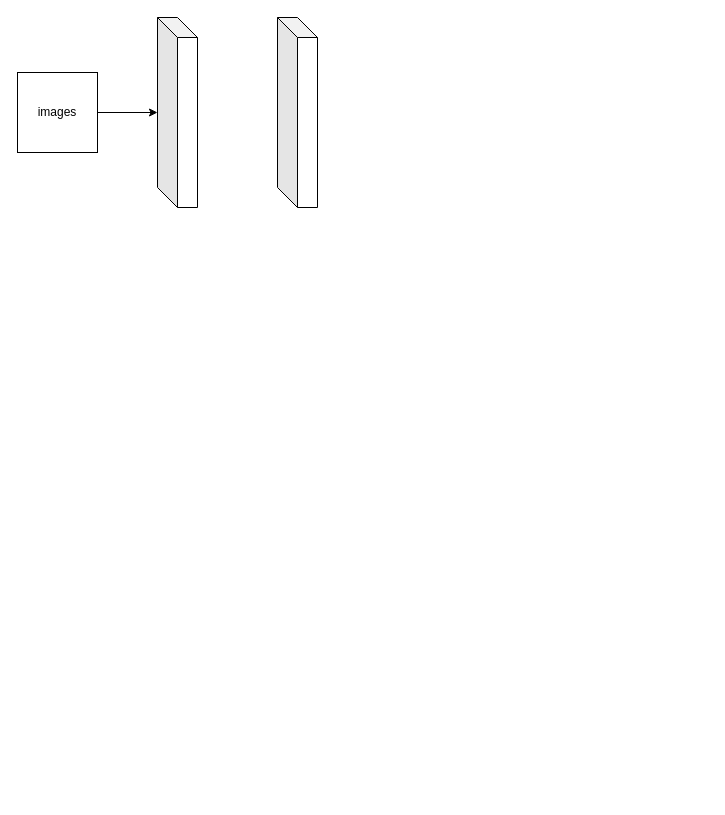
Earlier version of the draw.io diagram CNN.drawio (x-junkang/images). Source tidied: cells renumbered, new cells numbered last; positions are measured from the earlier drawing's top-left corner, leaving out a move shared by most shapes. Both pictures are drawn from the tidied source at 100%, with x=0, y=0 at pixel (17, 17).
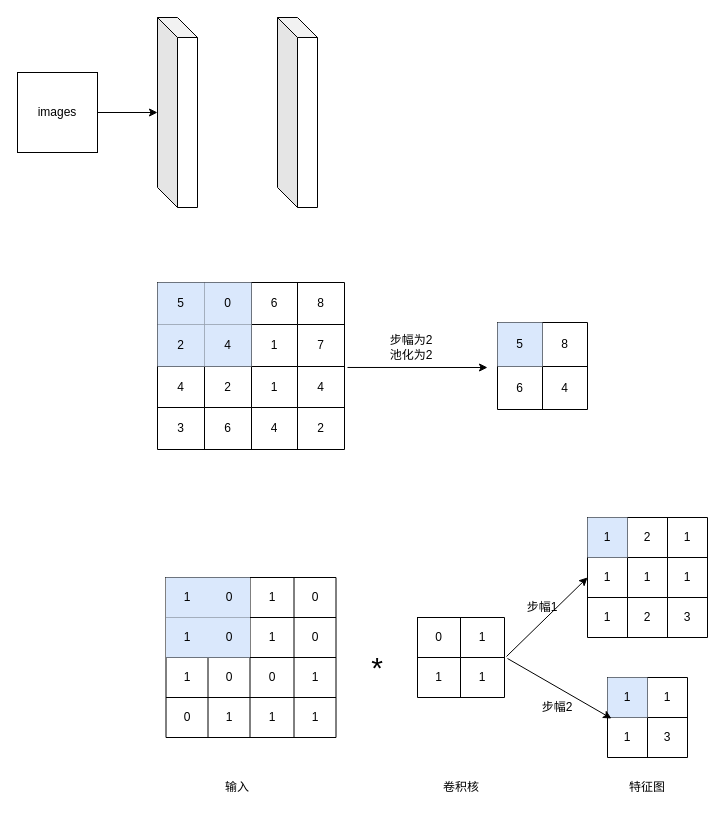
After the change.

The edit, as a diff of the source:
```diff
@@
+    <mxCell id="6" style="shape=table;html=1;whiteSpace=wrap;startSize=0;childLayout=tableLayout;" parent="1" vertex="1">
+      <mxGeometry x="140" y="265" width="187" height="167" as="geometry" />
+    </mxCell>
+    <mxCell id="7" style="shape=partialRectangle;html=1;whiteSpace=wrap;fillColor=none;top=0;left=0;bottom=0;right=0;" parent="6" vertex="1">
+      <mxGeometry width="187" height="42" as="geometry" />
+    </mxCell>
+    <mxCell id="8" value="5" style="shape=partialRectangle;html=1;whiteSpace=wrap;fillColor=#dae8fc;top=0;left=0;bottom=0;right=0;overflow=hidden;strokeColor=#6c8ebf;" parent="7" vertex="1">
+      <mxGeometry width="47" height="42" as="geometry" />
+    </mxCell>
+    <mxCell id="9" value="0" style="shape=partialRectangle;html=1;whiteSpace=wrap;fillColor=#dae8fc;top=0;left=0;bottom=0;right=0;overflow=hidden;strokeColor=#6c8ebf;" parent="7" vertex="1">
+      <mxGeometry x="47" width="47" height="42" as="geometry" />
+    </mxCell>
+    <mxCell id="10" value="6" style="shape=partialRectangle;html=1;whiteSpace=wrap;fillColor=none;top=0;left=0;bottom=0;right=0;overflow=hidden;" parent="7" vertex="1">
+      <mxGeometry x="94" width="46" height="42" as="geometry" />
+    </mxCell>
+    <mxCell id="11" value="8" style="shape=partialRectangle;html=1;whiteSpace=wrap;fillColor=none;top=0;left=0;bottom=0;right=0;overflow=hidden;" parent="7" vertex="1">
+      <mxGeometry x="140" width="47" height="42" as="geometry" />
+    </mxCell>
+    <mxCell id="12" style="shape=partialRectangle;html=1;whiteSpace=wrap;fillColor=none;top=0;left=0;bottom=0;right=0;" parent="6" vertex="1">
+      <mxGeometry y="42" width="187" height="42" as="geometry" />
+    </mxCell>
+    <mxCell id="13" value="2" style="shape=partialRectangle;html=1;whiteSpace=wrap;fillColor=#dae8fc;top=0;left=0;bottom=0;right=0;overflow=hidden;strokeColor=#6c8ebf;" parent="12" vertex="1">
+      <mxGeometry width="47" height="42" as="geometry" />
+    </mxCell>
+    <mxCell id="14" value="4" style="shape=partialRectangle;html=1;whiteSpace=wrap;fillColor=#dae8fc;top=0;left=0;bottom=0;right=0;overflow=hidden;strokeColor=#6c8ebf;" parent="12" vertex="1">
+      <mxGeometry x="47" width="47" height="42" as="geometry" />
+    </mxCell>
+    <mxCell id="15" value="1" style="shape=partialRectangle;html=1;whiteSpace=wrap;fillColor=none;top=0;left=0;bottom=0;right=0;overflow=hidden;" parent="12" vertex="1">
+      <mxGeometry x="94" width="46" height="42" as="geometry" />
+    </mxCell>
+    <mxCell id="16" value="7" style="shape=partialRectangle;html=1;whiteSpace=wrap;fillColor=none;top=0;left=0;bottom=0;right=0;overflow=hidden;" parent="12" vertex="1">
+      <mxGeometry x="140" width="47" height="42" as="geometry" />
+    </mxCell>
+    <mxCell id="17" style="shape=partialRectangle;html=1;whiteSpace=wrap;fillColor=none;top=0;left=0;bottom=0;right=0;points=[[0,0.5],[1,0.5]];portConstraint=eastwest;" parent="6" vertex="1">
+      <mxGeometry y="84" width="187" height="41" as="geometry" />
+    </mxCell>
+    <mxCell id="18" value="4" style="shape=partialRectangle;html=1;whiteSpace=wrap;fillColor=none;top=0;left=0;bottom=0;right=0;overflow=hidden;" parent="17" vertex="1">
+      <mxGeometry width="47" height="41" as="geometry" />
+    </mxCell>
+    <mxCell id="19" value="2" style="shape=partialRectangle;html=1;whiteSpace=wrap;fillColor=none;top=0;left=0;bottom=0;right=0;overflow=hidden;" parent="17" vertex="1">
+      <mxGeometry x="47" width="47" height="41" as="geometry" />
+    </mxCell>
+    <mxCell id="20" value="1" style="shape=partialRectangle;html=1;whiteSpace=wrap;fillColor=none;top=0;left=0;bottom=0;right=0;overflow=hidden;" parent="17" vertex="1">
+      <mxGeometry x="94" width="46" height="41" as="geometry" />
+    </mxCell>
+    <mxCell id="21" value="4" style="shape=partialRectangle;html=1;whiteSpace=wrap;fillColor=none;top=0;left=0;bottom=0;right=0;overflow=hidden;" parent="17" vertex="1">
+      <mxGeometry x="140" width="47" height="41" as="geometry" />
+    </mxCell>
+    <mxCell id="22" style="shape=partialRectangle;html=1;whiteSpace=wrap;fillColor=none;top=0;left=0;bottom=0;right=0;" parent="6" vertex="1">
+      <mxGeometry y="125" width="187" height="42" as="geometry" />
+    </mxCell>
+    <mxCell id="23" value="3" style="shape=partialRectangle;html=1;whiteSpace=wrap;fillColor=none;top=0;left=0;bottom=0;right=0;overflow=hidden;" parent="22" vertex="1">
+      <mxGeometry width="47" height="42" as="geometry" />
+    </mxCell>
+    <mxCell id="24" value="6" style="shape=partialRectangle;html=1;whiteSpace=wrap;fillColor=none;top=0;left=0;bottom=0;right=0;overflow=hidden;" parent="22" vertex="1">
+      <mxGeometry x="47" width="47" height="42" as="geometry" />
+    </mxCell>
+    <mxCell id="25" value="4" style="shape=partialRectangle;html=1;whiteSpace=wrap;fillColor=none;top=0;left=0;bottom=0;right=0;overflow=hidden;" parent="22" vertex="1">
+      <mxGeometry x="94" width="46" height="42" as="geometry" />
+    </mxCell>
+    <mxCell id="26" value="2" style="shape=partialRectangle;html=1;whiteSpace=wrap;fillColor=none;top=0;left=0;bottom=0;right=0;overflow=hidden;" parent="22" vertex="1">
+      <mxGeometry x="140" width="47" height="42" as="geometry" />
+    </mxCell>
+    <mxCell id="27" style="endArrow=classic;html=1;exitX=1.016;exitY=0.024;exitDx=0;exitDy=0;exitPerimeter=0;" parent="1" edge="1" source="17">
+      <mxGeometry relative="1" as="geometry">
+        <mxPoint x="470" y="350" as="targetPoint" />
+      </mxGeometry>
+    </mxCell>
+    <mxCell id="28" style="shape=table;html=1;whiteSpace=wrap;startSize=0;childLayout=tableLayout;" parent="1" vertex="1">
+      <mxGeometry x="480" y="305" width="90" height="87" as="geometry" />
+    </mxCell>
+    <mxCell id="29" style="shape=partialRectangle;html=1;whiteSpace=wrap;fillColor=none;top=0;left=0;bottom=0;right=0;" parent="28" vertex="1">
+      <mxGeometry width="90" height="44" as="geometry" />
+    </mxCell>
+    <mxCell id="30" value="5" style="shape=partialRectangle;html=1;whiteSpace=wrap;fillColor=#dae8fc;top=0;left=0;bottom=0;right=0;overflow=hidden;strokeColor=#6c8ebf;" parent="29" vertex="1">
+      <mxGeometry width="45" height="44" as="geometry" />
+    </mxCell>
+    <mxCell id="31" value="8" style="shape=partialRectangle;html=1;whiteSpace=wrap;fillColor=none;top=0;left=0;bottom=0;right=0;overflow=hidden;" parent="29" vertex="1">
+      <mxGeometry x="45" width="45" height="44" as="geometry" />
+    </mxCell>
+    <mxCell id="32" style="shape=partialRectangle;html=1;whiteSpace=wrap;fillColor=none;top=0;left=0;bottom=0;right=0;" parent="28" vertex="1">
+      <mxGeometry y="44" width="90" height="43" as="geometry" />
+    </mxCell>
+    <mxCell id="33" value="6" style="shape=partialRectangle;html=1;whiteSpace=wrap;fillColor=none;top=0;left=0;bottom=0;right=0;overflow=hidden;" parent="32" vertex="1">
+      <mxGeometry width="45" height="43" as="geometry" />
+    </mxCell>
+    <mxCell id="34" value="4" style="shape=partialRectangle;html=1;whiteSpace=wrap;fillColor=none;top=0;left=0;bottom=0;right=0;overflow=hidden;" parent="32" vertex="1">
+      <mxGeometry x="45" width="45" height="43" as="geometry" />
+    </mxCell>
+    <mxCell id="35" value="步幅为2&lt;br&gt;池化为2" style="text;html=1;strokeColor=none;fillColor=none;align=center;verticalAlign=middle;whiteSpace=wrap;rounded=0;" parent="1" vertex="1">
+      <mxGeometry x="362" y="320" width="64" height="20" as="geometry" />
+    </mxCell>
+    <mxCell id="36" style="shape=table;html=1;whiteSpace=wrap;startSize=0;childLayout=tableLayout;" parent="1" vertex="1">
+      <mxGeometry x="148.5" y="560" width="170" height="160" as="geometry" />
+    </mxCell>
+    <mxCell id="37" style="shape=partialRectangle;html=1;whiteSpace=wrap;fillColor=none;top=0;left=0;bottom=0;right=0;" parent="36" vertex="1">
+      <mxGeometry width="170" height="40" as="geometry" />
+    </mxCell>
+    <mxCell id="38" value="1" style="shape=partialRectangle;html=1;whiteSpace=wrap;fillColor=#dae8fc;top=0;left=0;bottom=0;right=0;overflow=hidden;strokeColor=#6c8ebf;" parent="37" vertex="1">
+      <mxGeometry width="42" height="40" as="geometry" />
+    </mxCell>
+    <mxCell id="39" value="0" style="shape=partialRectangle;html=1;whiteSpace=wrap;fillColor=#dae8fc;top=0;left=0;bottom=0;right=0;overflow=hidden;strokeColor=#6c8ebf;" parent="37" vertex="1">
+      <mxGeometry x="42" width="42" height="40" as="geometry" />
+    </mxCell>
+    <mxCell id="40" value="1" style="shape=partialRectangle;html=1;whiteSpace=wrap;fillColor=none;top=0;left=0;bottom=0;right=0;overflow=hidden;" parent="37" vertex="1">
+      <mxGeometry x="84" width="44" height="40" as="geometry" />
+    </mxCell>
+    <mxCell id="41" value="0" style="shape=partialRectangle;html=1;whiteSpace=wrap;fillColor=none;top=0;left=0;bottom=0;right=0;overflow=hidden;" parent="37" vertex="1">
+      <mxGeometry x="128" width="42" height="40" as="geometry" />
+    </mxCell>
+    <mxCell id="42" style="shape=partialRectangle;html=1;whiteSpace=wrap;fillColor=none;top=0;left=0;bottom=0;right=0;" parent="36" vertex="1">
+      <mxGeometry y="40" width="170" height="40" as="geometry" />
+    </mxCell>
+    <mxCell id="43" value="1" style="shape=partialRectangle;html=1;whiteSpace=wrap;fillColor=#dae8fc;top=0;left=0;bottom=0;right=0;overflow=hidden;strokeColor=#6c8ebf;" parent="42" vertex="1">
+      <mxGeometry width="42" height="40" as="geometry" />
+    </mxCell>
+    <mxCell id="44" value="0" style="shape=partialRectangle;html=1;whiteSpace=wrap;fillColor=#dae8fc;top=0;left=0;bottom=0;right=0;overflow=hidden;strokeColor=#6c8ebf;" parent="42" vertex="1">
+      <mxGeometry x="42" width="42" height="40" as="geometry" />
+    </mxCell>
+    <mxCell id="45" value="1" style="shape=partialRectangle;html=1;whiteSpace=wrap;fillColor=none;top=0;left=0;bottom=0;right=0;overflow=hidden;" parent="42" vertex="1">
+      <mxGeometry x="84" width="44" height="40" as="geometry" />
+    </mxCell>
+    <mxCell id="46" value="0" style="shape=partialRectangle;html=1;whiteSpace=wrap;fillColor=none;top=0;left=0;bottom=0;right=0;overflow=hidden;" parent="42" vertex="1">
+      <mxGeometry x="128" width="42" height="40" as="geometry" />
+    </mxCell>
+    <mxCell id="47" style="shape=partialRectangle;html=1;whiteSpace=wrap;fillColor=none;top=0;left=0;bottom=0;right=0;" parent="36" vertex="1">
+      <mxGeometry y="80" width="170" height="40" as="geometry" />
+    </mxCell>
+    <mxCell id="48" value="1" style="shape=partialRectangle;html=1;whiteSpace=wrap;fillColor=none;top=0;left=0;bottom=0;right=0;overflow=hidden;" parent="47" vertex="1">
+      <mxGeometry width="42" height="40" as="geometry" />
+    </mxCell>
+    <mxCell id="49" value="0" style="shape=partialRectangle;html=1;whiteSpace=wrap;fillColor=none;top=0;left=0;bottom=0;right=0;overflow=hidden;" parent="47" vertex="1">
+      <mxGeometry x="42" width="42" height="40" as="geometry" />
+    </mxCell>
+    <mxCell id="50" value="0" style="shape=partialRectangle;html=1;whiteSpace=wrap;fillColor=none;top=0;left=0;bottom=0;right=0;overflow=hidden;" parent="47" vertex="1">
+      <mxGeometry x="84" width="44" height="40" as="geometry" />
+    </mxCell>
+    <mxCell id="51" value="1" style="shape=partialRectangle;html=1;whiteSpace=wrap;fillColor=none;top=0;left=0;bottom=0;right=0;overflow=hidden;" parent="47" vertex="1">
+      <mxGeometry x="128" width="42" height="40" as="geometry" />
+    </mxCell>
+    <mxCell id="52" style="shape=partialRectangle;html=1;whiteSpace=wrap;fillColor=none;top=0;left=0;bottom=0;right=0;" parent="36" vertex="1">
+      <mxGeometry y="120" width="170" height="40" as="geometry" />
+    </mxCell>
+    <mxCell id="53" value="0" style="shape=partialRectangle;html=1;whiteSpace=wrap;fillColor=none;top=0;left=0;bottom=0;right=0;overflow=hidden;" parent="52" vertex="1">
+      <mxGeometry width="42" height="40" as="geometry" />
+    </mxCell>
+    <mxCell id="54" value="1" style="shape=partialRectangle;html=1;whiteSpace=wrap;fillColor=none;top=0;left=0;bottom=0;right=0;overflow=hidden;" parent="52" vertex="1">
+      <mxGeometry x="42" width="42" height="40" as="geometry" />
+    </mxCell>
+    <mxCell id="55" value="1" style="shape=partialRectangle;html=1;whiteSpace=wrap;fillColor=none;top=0;left=0;bottom=0;right=0;overflow=hidden;" parent="52" vertex="1">
+      <mxGeometry x="84" width="44" height="40" as="geometry" />
+    </mxCell>
+    <mxCell id="56" value="1" style="shape=partialRectangle;html=1;whiteSpace=wrap;fillColor=none;top=0;left=0;bottom=0;right=0;overflow=hidden;" parent="52" vertex="1">
+      <mxGeometry x="128" width="42" height="40" as="geometry" />
+    </mxCell>
+    <mxCell id="57" style="shape=table;html=1;whiteSpace=wrap;startSize=0;childLayout=tableLayout;" parent="1" vertex="1">
+      <mxGeometry x="400" y="600" width="87" height="80" as="geometry" />
+    </mxCell>
+    <mxCell id="58" style="shape=partialRectangle;html=1;whiteSpace=wrap;fillColor=none;top=0;left=0;bottom=0;right=0;" parent="57" vertex="1">
+      <mxGeometry width="87" height="40" as="geometry" />
+    </mxCell>
+    <mxCell id="59" value="0" style="shape=partialRectangle;html=1;whiteSpace=wrap;fillColor=none;top=0;left=0;bottom=0;right=0;overflow=hidden;" parent="58" vertex="1">
+      <mxGeometry width="43" height="40" as="geometry" />
+    </mxCell>
+    <mxCell id="60" value="1" style="shape=partialRectangle;html=1;whiteSpace=wrap;fillColor=none;top=0;left=0;bottom=0;right=0;overflow=hidden;" parent="58" vertex="1">
+      <mxGeometry x="43" width="44" height="40" as="geometry" />
+    </mxCell>
+    <mxCell id="61" style="shape=partialRectangle;html=1;whiteSpace=wrap;fillColor=none;top=0;left=0;bottom=0;right=0;points=[[0,0.5],[1,0.5]];portConstraint=eastwest;" parent="57" vertex="1">
+      <mxGeometry y="40" width="87" height="40" as="geometry" />
+    </mxCell>
+    <mxCell id="62" value="1" style="shape=partialRectangle;html=1;whiteSpace=wrap;fillColor=none;top=0;left=0;bottom=0;right=0;overflow=hidden;" parent="61" vertex="1">
+      <mxGeometry width="43" height="40" as="geometry" />
+    </mxCell>
+    <mxCell id="63" value="1" style="shape=partialRectangle;html=1;whiteSpace=wrap;fillColor=none;top=0;left=0;bottom=0;right=0;overflow=hidden;" parent="61" vertex="1">
+      <mxGeometry x="43" width="44" height="40" as="geometry" />
+    </mxCell>
+    <mxCell id="64" value="&lt;font style=&quot;font-size: 30px&quot;&gt;*&lt;/font&gt;" style="text;html=1;strokeColor=none;fillColor=none;align=center;verticalAlign=middle;whiteSpace=wrap;rounded=0;" parent="1" vertex="1">
+      <mxGeometry x="340" y="640" width="40" height="20" as="geometry" />
+    </mxCell>
+    <mxCell id="65" style="shape=table;html=1;whiteSpace=wrap;startSize=0;childLayout=tableLayout;" parent="1" vertex="1">
+      <mxGeometry x="570" y="500" width="120" height="120" as="geometry" />
+    </mxCell>
+    <mxCell id="66" style="shape=partialRectangle;html=1;whiteSpace=wrap;fillColor=none;top=0;left=0;bottom=0;right=0;" parent="65" vertex="1">
+      <mxGeometry width="120" height="40" as="geometry" />
+    </mxCell>
+    <mxCell id="67" value="1" style="shape=partialRectangle;html=1;whiteSpace=wrap;fillColor=#dae8fc;top=0;left=0;bottom=0;right=0;overflow=hidden;strokeColor=#6c8ebf;" parent="66" vertex="1">
+      <mxGeometry width="40" height="40" as="geometry" />
+    </mxCell>
+    <mxCell id="68" value="2" style="shape=partialRectangle;html=1;whiteSpace=wrap;fillColor=none;top=0;left=0;bottom=0;right=0;overflow=hidden;" parent="66" vertex="1">
+      <mxGeometry x="40" width="40" height="40" as="geometry" />
+    </mxCell>
+    <mxCell id="69" value="1" style="shape=partialRectangle;html=1;whiteSpace=wrap;fillColor=none;top=0;left=0;bottom=0;right=0;overflow=hidden;" parent="66" vertex="1">
+      <mxGeometry x="80" width="40" height="40" as="geometry" />
+    </mxCell>
+    <mxCell id="70" style="shape=partialRectangle;html=1;whiteSpace=wrap;fillColor=none;top=0;left=0;bottom=0;right=0;points=[[0,0.5],[1,0.5]];portConstraint=eastwest;" parent="65" vertex="1">
+      <mxGeometry y="40" width="120" height="40" as="geometry" />
+    </mxCell>
+    <mxCell id="71" value="1" style="shape=partialRectangle;html=1;whiteSpace=wrap;fillColor=none;top=0;left=0;bottom=0;right=0;overflow=hidden;" parent="70" vertex="1">
+      <mxGeometry width="40" height="40" as="geometry" />
+    </mxCell>
+    <mxCell id="72" value="1" style="shape=partialRectangle;html=1;whiteSpace=wrap;fillColor=none;top=0;left=0;bottom=0;right=0;overflow=hidden;" parent="70" vertex="1">
+      <mxGeometry x="40" width="40" height="40" as="geometry" />
+    </mxCell>
+    <mxCell id="73" value="1" style="shape=partialRectangle;html=1;whiteSpace=wrap;fillColor=none;top=0;left=0;bottom=0;right=0;overflow=hidden;" parent="70" vertex="1">
+      <mxGeometry x="80" width="40" height="40" as="geometry" />
+    </mxCell>
+    <mxCell id="74" style="shape=partialRectangle;html=1;whiteSpace=wrap;fillColor=none;top=0;left=0;bottom=0;right=0;" parent="65" vertex="1">
+      <mxGeometry y="80" width="120" height="40" as="geometry" />
+    </mxCell>
+    <mxCell id="75" value="1" style="shape=partialRectangle;html=1;whiteSpace=wrap;fillColor=none;top=0;left=0;bottom=0;right=0;overflow=hidden;" parent="74" vertex="1">
+      <mxGeometry width="40" height="40" as="geometry" />
+    </mxCell>
+    <mxCell id="76" value="2" style="shape=partialRectangle;html=1;whiteSpace=wrap;fillColor=none;top=0;left=0;bottom=0;right=0;overflow=hidden;" parent="74" vertex="1">
+      <mxGeometry x="40" width="40" height="40" as="geometry" />
+    </mxCell>
+    <mxCell id="77" value="3" style="shape=partialRectangle;html=1;whiteSpace=wrap;fillColor=none;top=0;left=0;bottom=0;right=0;overflow=hidden;" parent="74" vertex="1">
+      <mxGeometry x="80" width="40" height="40" as="geometry" />
+    </mxCell>
+    <mxCell id="78" style="endArrow=classic;html=1;exitX=1.023;exitY=-0.025;exitDx=0;exitDy=0;exitPerimeter=0;entryX=0;entryY=0.5;entryDx=0;entryDy=0;" parent="1" edge="1" source="61" target="70">
+      <mxGeometry relative="1" as="geometry" />
+    </mxCell>
+    <mxCell id="79" style="shape=table;html=1;whiteSpace=wrap;startSize=0;childLayout=tableLayout;" parent="1" vertex="1">
+      <mxGeometry x="590" y="660" width="80" height="80" as="geometry" />
+    </mxCell>
+    <mxCell id="80" style="shape=partialRectangle;html=1;whiteSpace=wrap;fillColor=none;top=0;left=0;bottom=0;right=0;" parent="79" vertex="1">
+      <mxGeometry width="80" height="40" as="geometry" />
+    </mxCell>
+    <mxCell id="81" value="1" style="shape=partialRectangle;html=1;whiteSpace=wrap;fillColor=#dae8fc;top=0;left=0;bottom=0;right=0;overflow=hidden;strokeColor=#6c8ebf;" parent="80" vertex="1">
+      <mxGeometry width="40" height="40" as="geometry" />
+    </mxCell>
+    <mxCell id="82" value="1" style="shape=partialRectangle;html=1;whiteSpace=wrap;fillColor=none;top=0;left=0;bottom=0;right=0;overflow=hidden;" parent="80" vertex="1">
+      <mxGeometry x="40" width="40" height="40" as="geometry" />
+    </mxCell>
+    <mxCell id="83" style="shape=partialRectangle;html=1;whiteSpace=wrap;fillColor=none;top=0;left=0;bottom=0;right=0;points=[[0,0.5],[1,0.5]];portConstraint=eastwest;" parent="79" vertex="1">
+      <mxGeometry y="40" width="80" height="40" as="geometry" />
+    </mxCell>
+    <mxCell id="84" value="1" style="shape=partialRectangle;html=1;whiteSpace=wrap;fillColor=none;top=0;left=0;bottom=0;right=0;overflow=hidden;" parent="83" vertex="1">
+      <mxGeometry width="40" height="40" as="geometry" />
+    </mxCell>
+    <mxCell id="85" value="3" style="shape=partialRectangle;html=1;whiteSpace=wrap;fillColor=none;top=0;left=0;bottom=0;right=0;overflow=hidden;" parent="83" vertex="1">
+      <mxGeometry x="40" width="40" height="40" as="geometry" />
+    </mxCell>
+    <mxCell id="86" style="endArrow=classic;html=1;entryX=0.05;entryY=0.025;entryDx=0;entryDy=0;entryPerimeter=0;" parent="1" edge="1" target="83">
+      <mxGeometry relative="1" as="geometry">
+        <mxPoint x="490" y="641" as="sourcePoint" />
+      </mxGeometry>
+    </mxCell>
+    <mxCell id="87" value="步幅1" style="text;html=1;strokeColor=none;fillColor=none;align=center;verticalAlign=middle;whiteSpace=wrap;rounded=0;" parent="1" vertex="1">
+      <mxGeometry x="505" y="580" width="40" height="20" as="geometry" />
+    </mxCell>
+    <mxCell id="88" value="步幅2" style="text;html=1;strokeColor=none;fillColor=none;align=center;verticalAlign=middle;whiteSpace=wrap;rounded=0;" parent="1" vertex="1">
+      <mxGeometry x="520" y="680" width="40" height="20" as="geometry" />
+    </mxCell>
+    <mxCell id="89" value="输入" style="text;html=1;strokeColor=none;fillColor=none;align=center;verticalAlign=middle;whiteSpace=wrap;rounded=0;" parent="1" vertex="1">
+      <mxGeometry x="200" y="760" width="40" height="20" as="geometry" />
+    </mxCell>
+    <mxCell id="90" value="卷积核" style="text;html=1;strokeColor=none;fillColor=none;align=center;verticalAlign=middle;whiteSpace=wrap;rounded=0;" parent="1" vertex="1">
+      <mxGeometry x="424" y="760" width="40" height="20" as="geometry" />
+    </mxCell>
+    <mxCell id="91" value="特征图" style="text;html=1;strokeColor=none;fillColor=none;align=center;verticalAlign=middle;whiteSpace=wrap;rounded=0;" parent="1" vertex="1">
+      <mxGeometry x="610" y="760" width="40" height="20" as="geometry" />
+    </mxCell>
```
